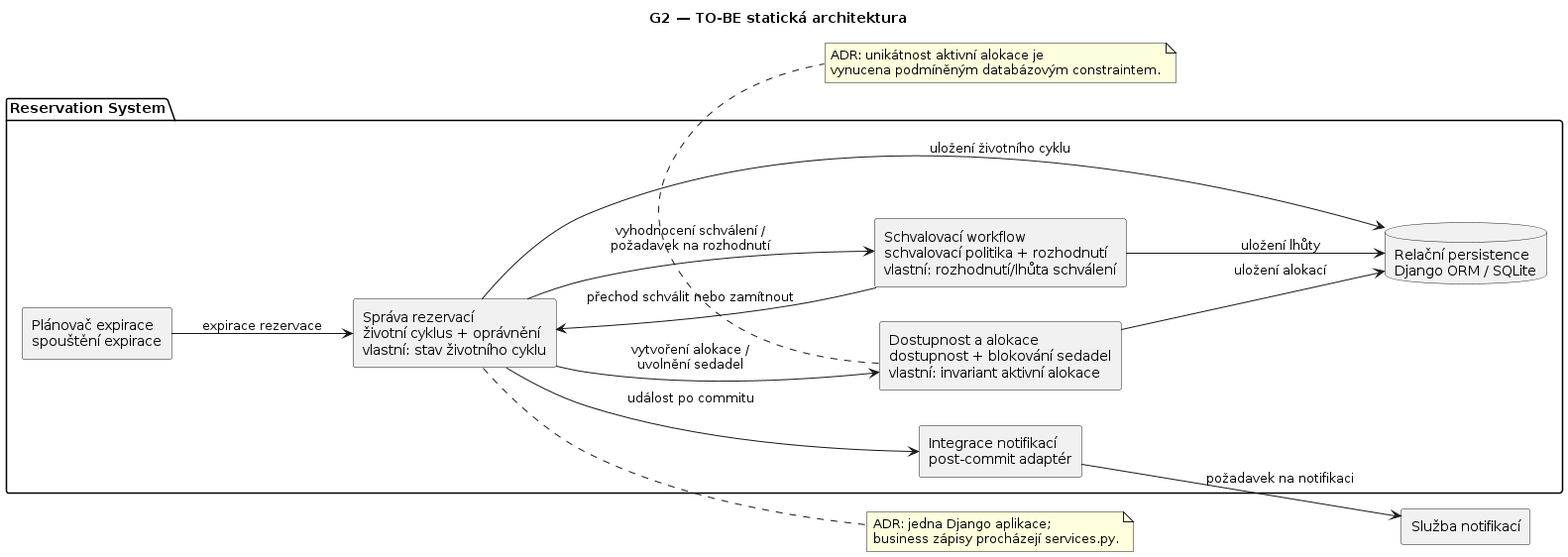
This is docs/c03-diagrams/static-architecture.png from jn-flk/SWI, a PlantUML export, as it was before one commit. Source of this version:
```plantuml
@startuml
title G2 — TO-BE statická architektura
left to right direction
skinparam componentStyle rectangle

package "Reservation System" {
  component "Správa rezervací\nživotní cyklus + oprávnění\nvlastní: stav životního cyklu" as RM
  component "Dostupnost a alokace\ndostupnost + blokování sedadel\nvlastní: invariant aktivní alokace" as AA
  component "Schvalovací workflow\nschvalovací politika + rozhodnutí\nvlastní: rozhodnutí/lhůta schválení" as AW
  component "Plánovač expirace\nspouštění expirace" as ES
  component "Integrace notifikací\npost-commit adaptér" as NI
  database "Relační persistence\nDjango ORM / SQLite" as DB
}

component "Služba notifikací" as NS

RM --> AA : vytvoření alokace /\nuvolnění sedadel
RM --> AW : vyhodnocení schválení /\npožadavek na rozhodnutí
AW --> RM : přechod schválit nebo zamítnout
ES --> RM : expirace rezervace
RM --> NI : událost po commitu
RM --> DB : uložení životního cyklu
AA --> DB : uložení alokací
AW --> DB : uložení lhůty
NI --> NS : požadavek na notifikaci

note right of RM
  ADR: jedna Django aplikace;
  business zápisy procházejí services.py.
end note
note bottom of AA
  ADR: unikátnost aktivní alokace je
  vynucena podmíněným databázovým constraintem.
end note
@enduml
```
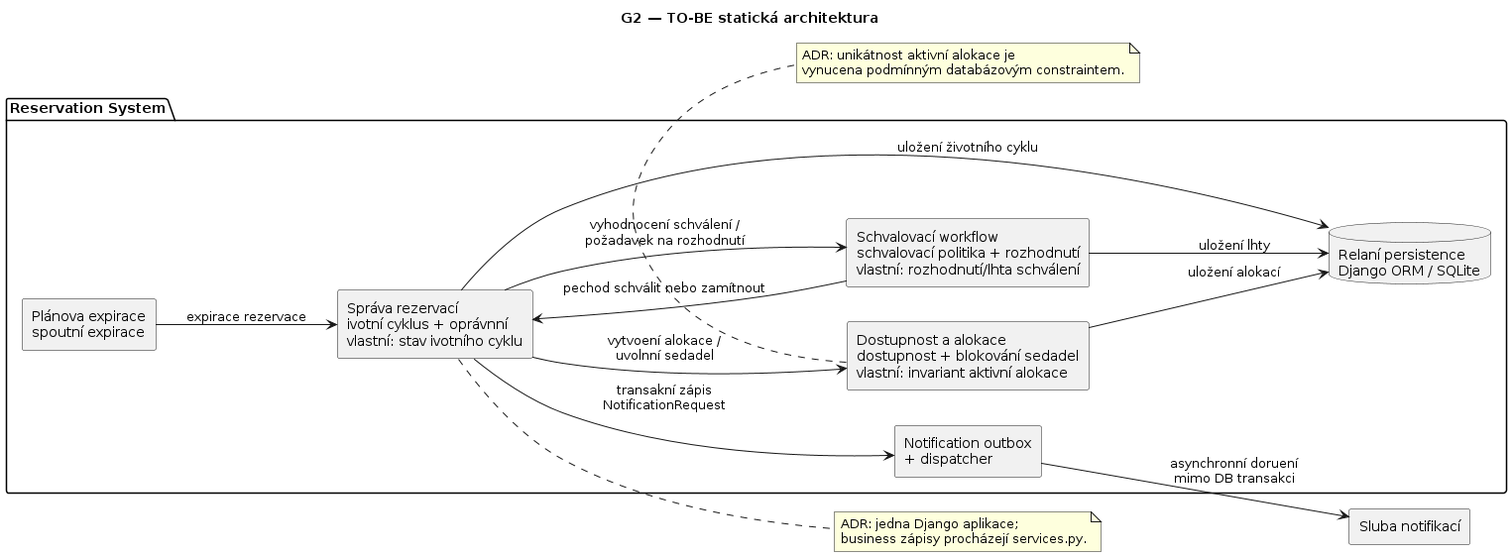
The same diagram one commit later.

Change to the diagram source:
```diff
@@ -8,7 +8,7 @@
   component "Dostupnost a alokace\ndostupnost + blokování sedadel\nvlastní: invariant aktivní alokace" as AA
   component "Schvalovací workflow\nschvalovací politika + rozhodnutí\nvlastní: rozhodnutí/lhůta schválení" as AW
   component "Plánovač expirace\nspouštění expirace" as ES
-  component "Integrace notifikací\npost-commit adaptér" as NI
+  component "Notification outbox\n+ dispatcher" as NI
   database "Relační persistence\nDjango ORM / SQLite" as DB
 }
 
@@ -18,11 +18,11 @@
 RM --> AW : vyhodnocení schválení /\npožadavek na rozhodnutí
 AW --> RM : přechod schválit nebo zamítnout
 ES --> RM : expirace rezervace
-RM --> NI : událost po commitu
+RM --> NI : transakční zápis\nNotificationRequest
 RM --> DB : uložení životního cyklu
 AA --> DB : uložení alokací
 AW --> DB : uložení lhůty
-NI --> NS : požadavek na notifikaci
+NI --> NS : asynchronní doručení\nmimo DB transakci
 
 note right of RM
   ADR: jedna Django aplikace;
```
